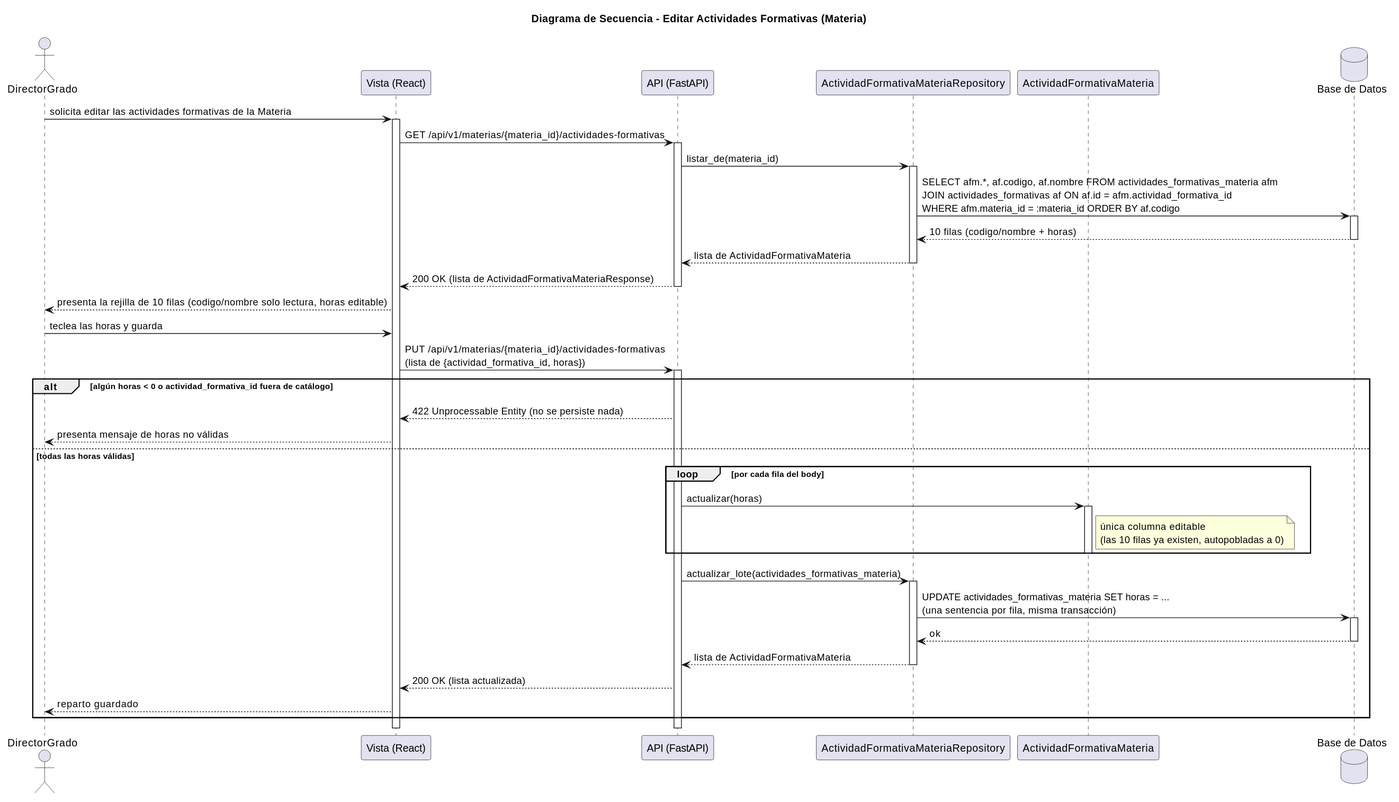
The PlantUML diagram images/RUP/03-diseño/casos-uso/editarActividadesFormativasMateria/secuencia.svg in mmasias/pyCeldaPublico, before a commit. The source it was exported from:
```plantuml
@startuml
title Diagrama de Secuencia - Editar Actividades Formativas (Materia)

actor "DirectorGrado" as DirectorGrado
participant "Vista (React)" as Vista
participant "API (FastAPI)" as API
participant "ActividadFormativaMateriaRepository" as Repo
participant "ActividadFormativaMateria" as AFM
database "Base de Datos" as DB

DirectorGrado -> Vista: solicita editar las actividades formativas de la Materia
activate Vista
Vista -> API: GET /api/v1/materias/{materia_id}/actividades-formativas
activate API
API -> Repo: listar_de(materia_id)
activate Repo
Repo -> DB: SELECT afm.*, af.codigo, af.nombre FROM actividades_formativas_materia afm\nJOIN actividades_formativas af ON af.id = afm.actividad_formativa_id\nWHERE afm.materia_id = :materia_id ORDER BY af.codigo
activate DB
DB --> Repo: 10 filas (codigo/nombre + horas)
deactivate DB
Repo --> API: lista de ActividadFormativaMateria
deactivate Repo
API --> Vista: 200 OK (lista de ActividadFormativaMateriaResponse)
deactivate API
Vista --> DirectorGrado: presenta la rejilla de 10 filas (codigo/nombre solo lectura, horas editable)

DirectorGrado -> Vista: teclea las horas y guarda
Vista -> API: PUT /api/v1/materias/{materia_id}/actividades-formativas\n(lista de {actividad_formativa_id, horas})
activate API
alt algún horas < 0 o actividad_formativa_id fuera de catálogo
    API --> Vista: 422 Unprocessable Entity (no se persiste nada)
    Vista --> DirectorGrado: presenta mensaje de horas no válidas
else todas las horas válidas
    loop por cada fila del body
        API -> AFM: actualizar(horas)
        activate AFM
        note right of AFM: única columna editable\n(las 10 filas ya existen, autopobladas a 0)
        deactivate AFM
    end
    API -> Repo: actualizar_lote(actividades_formativas_materia)
    activate Repo
    Repo -> DB: UPDATE actividades_formativas_materia SET horas = ...\n(una sentencia por fila, misma transacción)
    activate DB
    DB --> Repo: ok
    deactivate DB
    Repo --> API: lista de ActividadFormativaMateria
    deactivate Repo
    API --> Vista: 200 OK (lista actualizada)
    Vista --> DirectorGrado: reparto guardado
end
deactivate API
deactivate Vista
@enduml
```
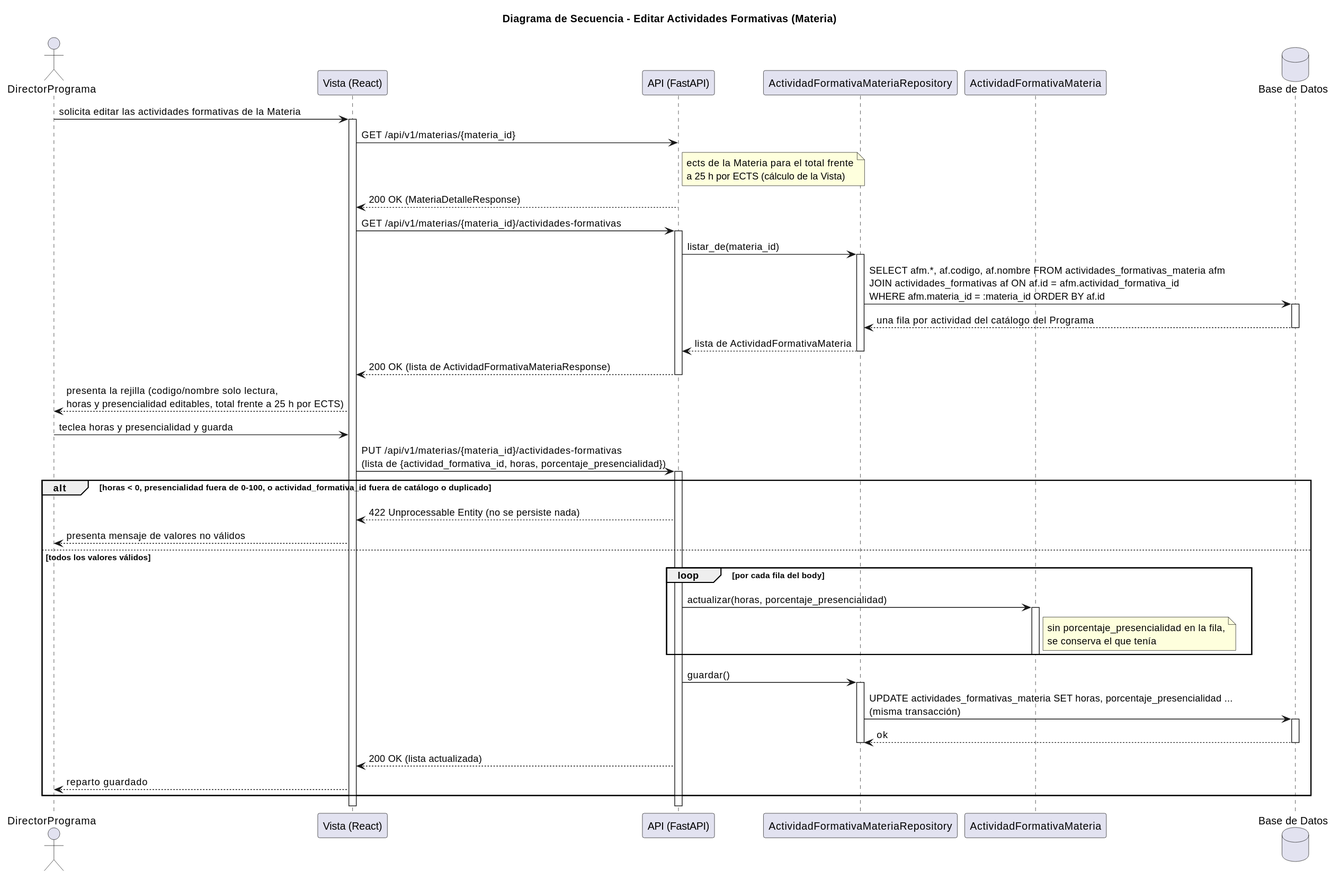
Later version of the same file.

Change to the diagram source:
```diff
@@ -1,52 +1,54 @@
 @startuml
 title Diagrama de Secuencia - Editar Actividades Formativas (Materia)
 
-actor "DirectorGrado" as DirectorGrado
+actor "DirectorPrograma" as DirectorPrograma
 participant "Vista (React)" as Vista
 participant "API (FastAPI)" as API
 participant "ActividadFormativaMateriaRepository" as Repo
 participant "ActividadFormativaMateria" as AFM
 database "Base de Datos" as DB
 
-DirectorGrado -> Vista: solicita editar las actividades formativas de la Materia
+DirectorPrograma -> Vista: solicita editar las actividades formativas de la Materia
 activate Vista
+Vista -> API: GET /api/v1/materias/{materia_id}
+note right of API: ects de la Materia para el total frente\na 25 h por ECTS (cálculo de la Vista)
+API --> Vista: 200 OK (MateriaDetalleResponse)
 Vista -> API: GET /api/v1/materias/{materia_id}/actividades-formativas
 activate API
 API -> Repo: listar_de(materia_id)
 activate Repo
-Repo -> DB: SELECT afm.*, af.codigo, af.nombre FROM actividades_formativas_materia afm\nJOIN actividades_formativas af ON af.id = afm.actividad_formativa_id\nWHERE afm.materia_id = :materia_id ORDER BY af.codigo
+Repo -> DB: SELECT afm.*, af.codigo, af.nombre FROM actividades_formativas_materia afm\nJOIN actividades_formativas af ON af.id = afm.actividad_formativa_id\nWHERE afm.materia_id = :materia_id ORDER BY af.id
 activate DB
-DB --> Repo: 10 filas (codigo/nombre + horas)
+DB --> Repo: una fila por actividad del catálogo del Programa
 deactivate DB
 Repo --> API: lista de ActividadFormativaMateria
 deactivate Repo
 API --> Vista: 200 OK (lista de ActividadFormativaMateriaResponse)
 deactivate API
-Vista --> DirectorGrado: presenta la rejilla de 10 filas (codigo/nombre solo lectura, horas editable)
+Vista --> DirectorPrograma: presenta la rejilla (codigo/nombre solo lectura,\nhoras y presencialidad editables, total frente a 25 h por ECTS)
 
-DirectorGrado -> Vista: teclea las horas y guarda
-Vista -> API: PUT /api/v1/materias/{materia_id}/actividades-formativas\n(lista de {actividad_formativa_id, horas})
+DirectorPrograma -> Vista: teclea horas y presencialidad y guarda
+Vista -> API: PUT /api/v1/materias/{materia_id}/actividades-formativas\n(lista de {actividad_formativa_id, horas, porcentaje_presencialidad})
 activate API
-alt algún horas < 0 o actividad_formativa_id fuera de catálogo
+alt horas < 0, presencialidad fuera de 0-100, o actividad_formativa_id fuera de catálogo o duplicado
     API --> Vista: 422 Unprocessable Entity (no se persiste nada)
-    Vista --> DirectorGrado: presenta mensaje de horas no válidas
-else todas las horas válidas
+    Vista --> DirectorPrograma: presenta mensaje de valores no válidos
+else todos los valores válidos
     loop por cada fila del body
-        API -> AFM: actualizar(horas)
+        API -> AFM: actualizar(horas, porcentaje_presencialidad)
         activate AFM
-        note right of AFM: única columna editable\n(las 10 filas ya existen, autopobladas a 0)
+        note right of AFM: sin porcentaje_presencialidad en la fila,\nse conserva el que tenía
         deactivate AFM
     end
-    API -> Repo: actualizar_lote(actividades_formativas_materia)
+    API -> Repo: guardar()
     activate Repo
-    Repo -> DB: UPDATE actividades_formativas_materia SET horas = ...\n(una sentencia por fila, misma transacción)
+    Repo -> DB: UPDATE actividades_formativas_materia SET horas, porcentaje_presencialidad ...\n(misma transacción)
     activate DB
     DB --> Repo: ok
     deactivate DB
-    Repo --> API: lista de ActividadFormativaMateria
     deactivate Repo
     API --> Vista: 200 OK (lista actualizada)
-    Vista --> DirectorGrado: reparto guardado
+    Vista --> DirectorPrograma: reparto guardado
 end
 deactivate API
 deactivate Vista
```
